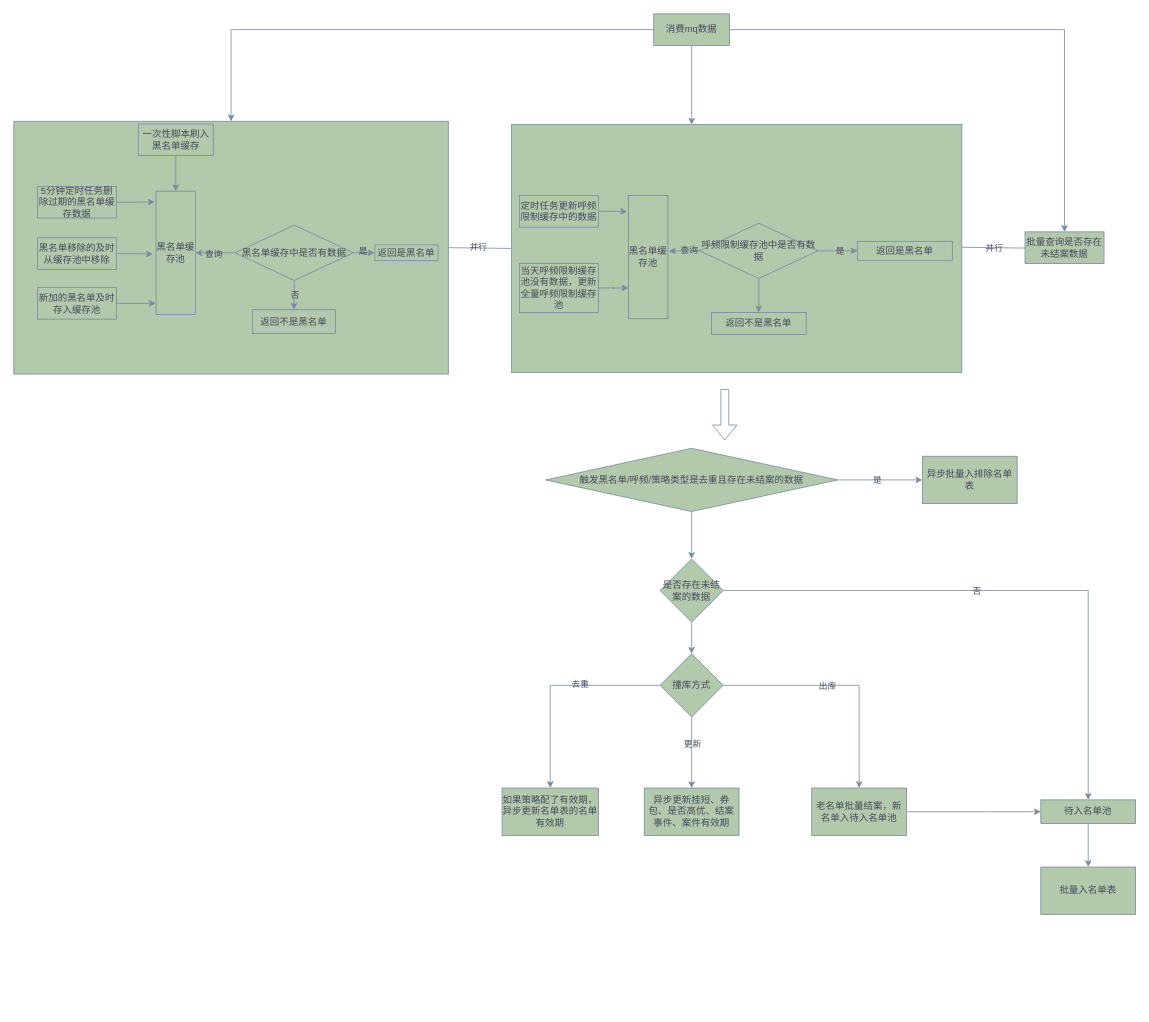
The draw.io diagram 电销v1名单入库流程图.drawio in yuanlj-tea/picgo, before the edit. Source tidied: cells renumbered, new cells numbered last; positions are measured from the earlier drawing's top-left corner, leaving out a move shared by most shapes. Both pictures are drawn from the tidied source at 79%, with x=0, y=0 at pixel (13, 13).
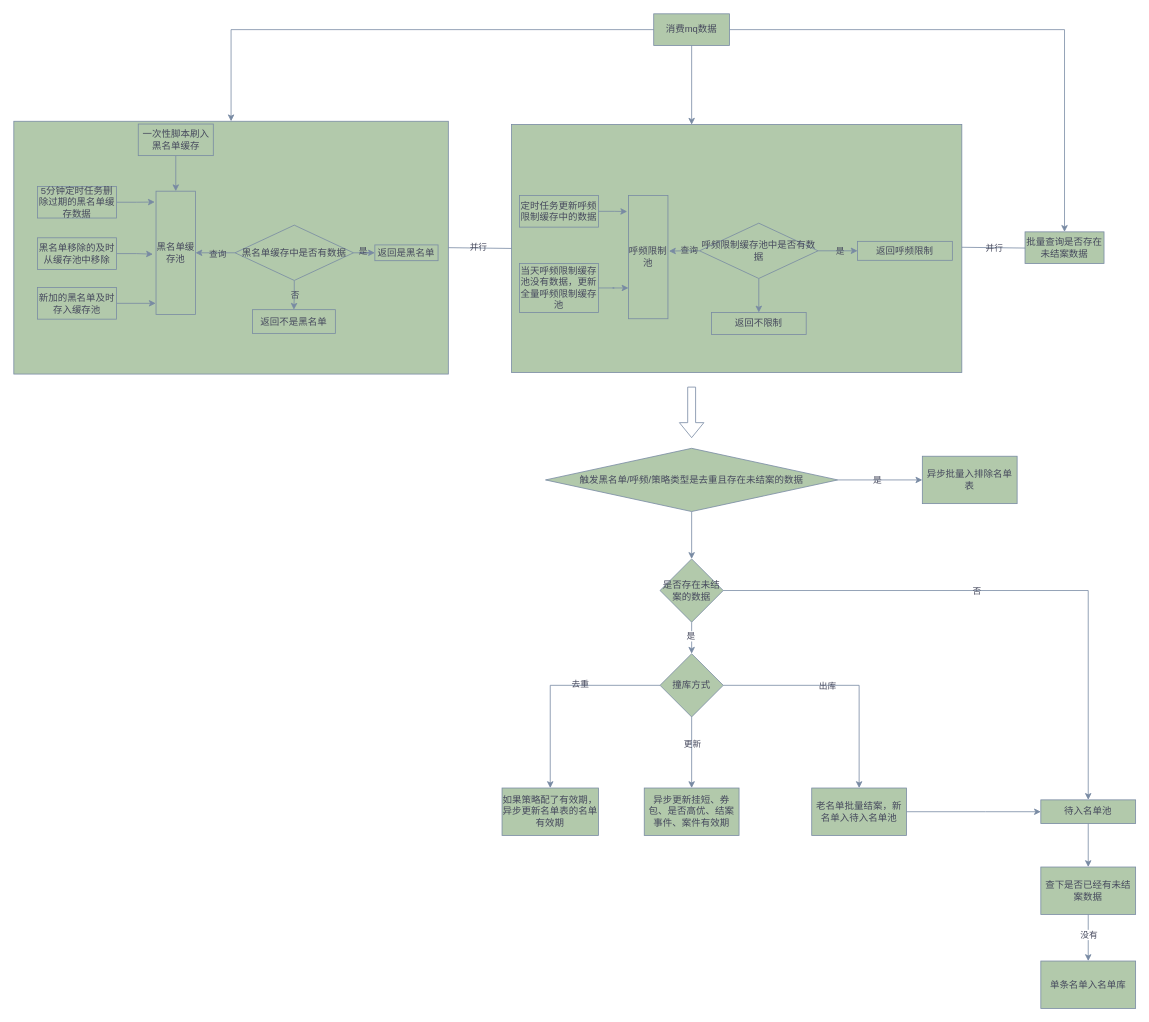
The same page after the edit.

Commit message (it also covers changes not shown here):
更新电销v1名单入库流程图.drawio

Unchanged cells that the change refers to:
```xml
<mxCell id="12" style="edgeStyle=orthogonalEdgeStyle;rounded=0;jettySize=auto;html=1;entryX=1;entryY=0.5;entryDx=0;entryDy=0;labelBackgroundColor=none;strokeColor=#788AA3;fontColor=default;" parent="1" edge="1" source="14" target="21">
  <mxGeometry relative="1" as="geometry" />
</mxCell>
<mxCell id="53" value="是否存在未结案的数据" style="rhombus;whiteSpace=wrap;html=1;labelBackgroundColor=none;fillColor=#B2C9AB;strokeColor=#788AA3;fontColor=#46495D;" parent="1" vertex="1">
  <mxGeometry x="818" y="690" width="80" height="80" as="geometry" />
</mxCell>
<mxCell id="62" value="撞库方式" style="rhombus;whiteSpace=wrap;html=1;labelBackgroundColor=none;fillColor=#B2C9AB;strokeColor=#788AA3;fontColor=#46495D;" parent="1" vertex="1">
  <mxGeometry x="818" y="810" width="80" height="80" as="geometry" />
</mxCell>
```

What changed in the source:
```diff
@@
     <mxCell id="13" value="查询" style="edgeLabel;html=1;align=center;verticalAlign=middle;labelBackgroundColor=none;fontColor=#46495D;" parent="12" vertex="1">
-      <mxGeometry x="0.1" y="1" relative="1" as="geometry" />
+      <mxGeometry x="0.1" y="1" relative="1" as="geometry">
+        <mxPoint x="5" as="offset" />
+      </mxGeometry>
     </mxCell>
@@
-    <mxCell id="32" value="黑名单缓存池" style="rounded=0;whiteSpace=wrap;html=1;labelBackgroundColor=none;fillColor=#B2C9AB;strokeColor=#788AA3;fontColor=#46495D;" parent="1" vertex="1">
+    <mxCell id="32" value="呼频限制池" style="rounded=0;whiteSpace=wrap;html=1;labelBackgroundColor=none;fillColor=#B2C9AB;strokeColor=#788AA3;fontColor=#46495D;" parent="1" vertex="1">
       <mxGeometry x="778" y="230" width="50" height="156" as="geometry" />
     </mxCell>
@@
-    <mxCell id="35" value="返回是黑名单" style="whiteSpace=wrap;html=1;labelBackgroundColor=none;fillColor=#B2C9AB;strokeColor=#788AA3;fontColor=#46495D;" parent="1" vertex="1">
+    <mxCell id="35" value="返回呼频限制" style="whiteSpace=wrap;html=1;labelBackgroundColor=none;fillColor=#B2C9AB;strokeColor=#788AA3;fontColor=#46495D;" parent="1" vertex="1">
       <mxGeometry x="1068" y="288" width="120" height="24" as="geometry" />
     </mxCell>
-    <mxCell id="36" value="返回不是黑名单" style="whiteSpace=wrap;html=1;labelBackgroundColor=none;fillColor=#B2C9AB;strokeColor=#788AA3;fontColor=#46495D;" parent="1" vertex="1">
+    <mxCell id="36" value="返回不限制" style="whiteSpace=wrap;html=1;labelBackgroundColor=none;fillColor=#B2C9AB;strokeColor=#788AA3;fontColor=#46495D;" parent="1" vertex="1">
       <mxGeometry x="883" y="378" width="120" height="28" as="geometry" />
     </mxCell>
@@
     <mxCell id="49" style="shape=flexArrow;endArrow=classic;html=1;rounded=0;labelBackgroundColor=none;strokeColor=#788AA3;fontColor=default;" parent="1" edge="1">
       <mxGeometry relative="1" as="geometry">
-        <mxPoint x="900" y="475" as="sourcePoint" />
-        <mxPoint x="900" y="540" as="targetPoint" />
+        <mxPoint x="858" y="472" as="sourcePoint" />
+        <mxPoint x="858" y="537" as="targetPoint" />
       </mxGeometry>
     </mxCell>
@@
     <mxCell id="52" style="edgeStyle=orthogonalEdgeStyle;rounded=0;jettySize=auto;html=1;labelBackgroundColor=none;strokeColor=#788AA3;fontColor=default;" parent="1" edge="1" source="53" target="62">
-      <mxGeometry relative="1" as="geometry" />
+      <mxGeometry relative="1" as="geometry">
+        <Array as="points">
+          <mxPoint x="858" y="780" />
+          <mxPoint x="858" y="780" />
+        </Array>
+      </mxGeometry>
     </mxCell>
+    <mxCell id="68" value="是" style="edgeLabel;html=1;align=center;verticalAlign=middle;fontColor=#46495D;" parent="52" vertex="1">
+      <mxGeometry x="-0.14" y="-2" relative="1" as="geometry" />
+    </mxCell>
@@
+    <mxCell id="69" style="edgeStyle=orthogonalEdgeStyle;rounded=0;jettySize=auto;html=1;strokeColor=#788AA3;fontColor=#46495D;fillColor=#B2C9AB;" parent="1" edge="1" source="67" target="71">
+      <mxGeometry relative="1" as="geometry" />
+    </mxCell>
+    <mxCell id="70" value="没有" style="edgeLabel;html=1;align=center;verticalAlign=middle;fontColor=#46495D;" parent="69" vertex="1">
+      <mxGeometry x="-0.15" relative="1" as="geometry" />
+    </mxCell>
-    <mxCell id="67" value="批量入名单表" style="whiteSpace=wrap;html=1;labelBackgroundColor=none;fillColor=#B2C9AB;strokeColor=#788AA3;fontColor=#46495D;" parent="1" vertex="1">
+    <mxCell id="67" value="查下是否已经有未结案数据" style="whiteSpace=wrap;html=1;labelBackgroundColor=none;fillColor=#B2C9AB;strokeColor=#788AA3;fontColor=#46495D;" parent="1" vertex="1">
       <mxGeometry x="1300" y="1080" width="120" height="60" as="geometry" />
     </mxCell>
+    <mxCell id="71" value="单条名单入名单库" style="whiteSpace=wrap;html=1;fillColor=#B2C9AB;strokeColor=#788AA3;fontColor=#46495D;labelBackgroundColor=none;" parent="1" vertex="1">
+      <mxGeometry x="1300" y="1199" width="120" height="60" as="geometry" />
+    </mxCell>
```
